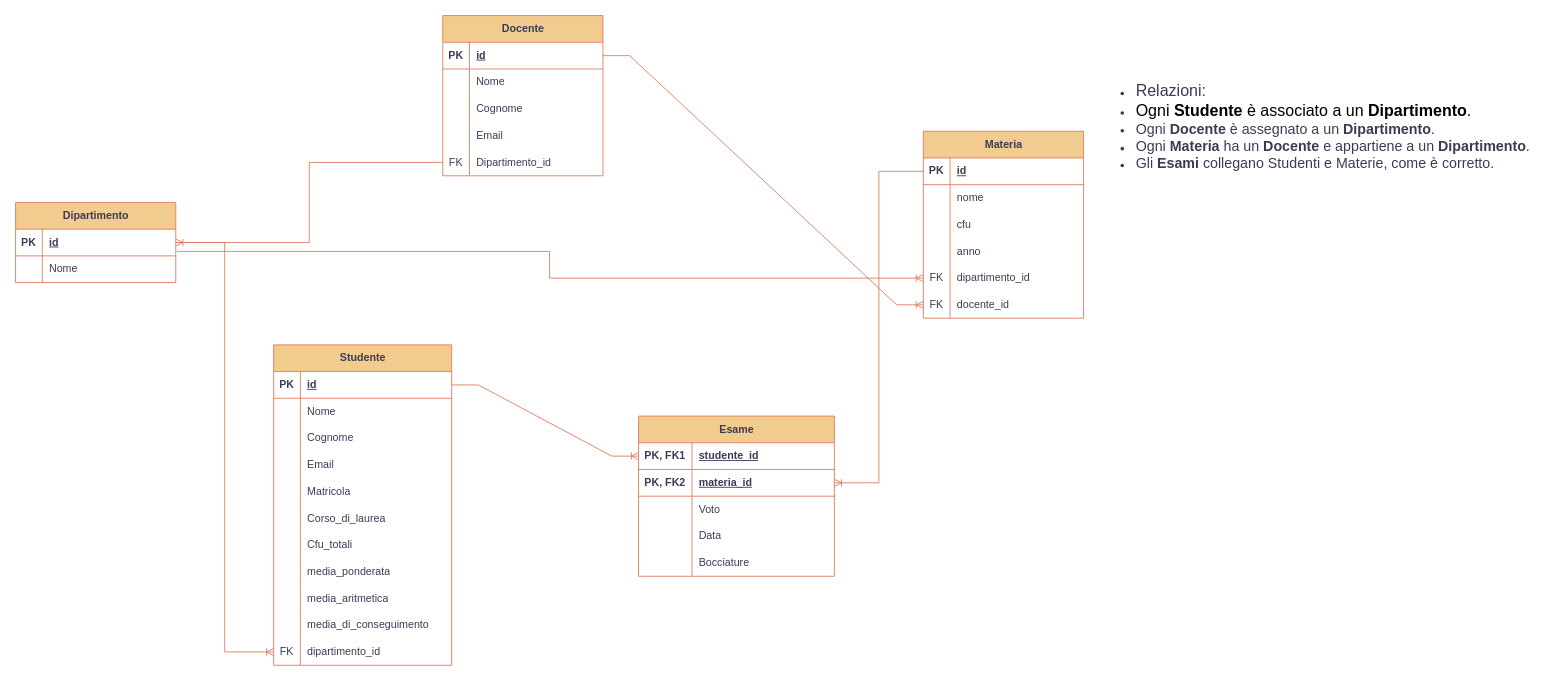
Earlier version of the draw.io diagram Universita/doc/Schema_Università.drawio (ZetaTeo/ProgettoR_Universita). Source tidied: cells renumbered, new cells numbered last; positions are measured from the earlier drawing's top-left corner, leaving out a move shared by most shapes. Both pictures are drawn from the tidied source at 89%, with x=0, y=0 at pixel (15, 15).
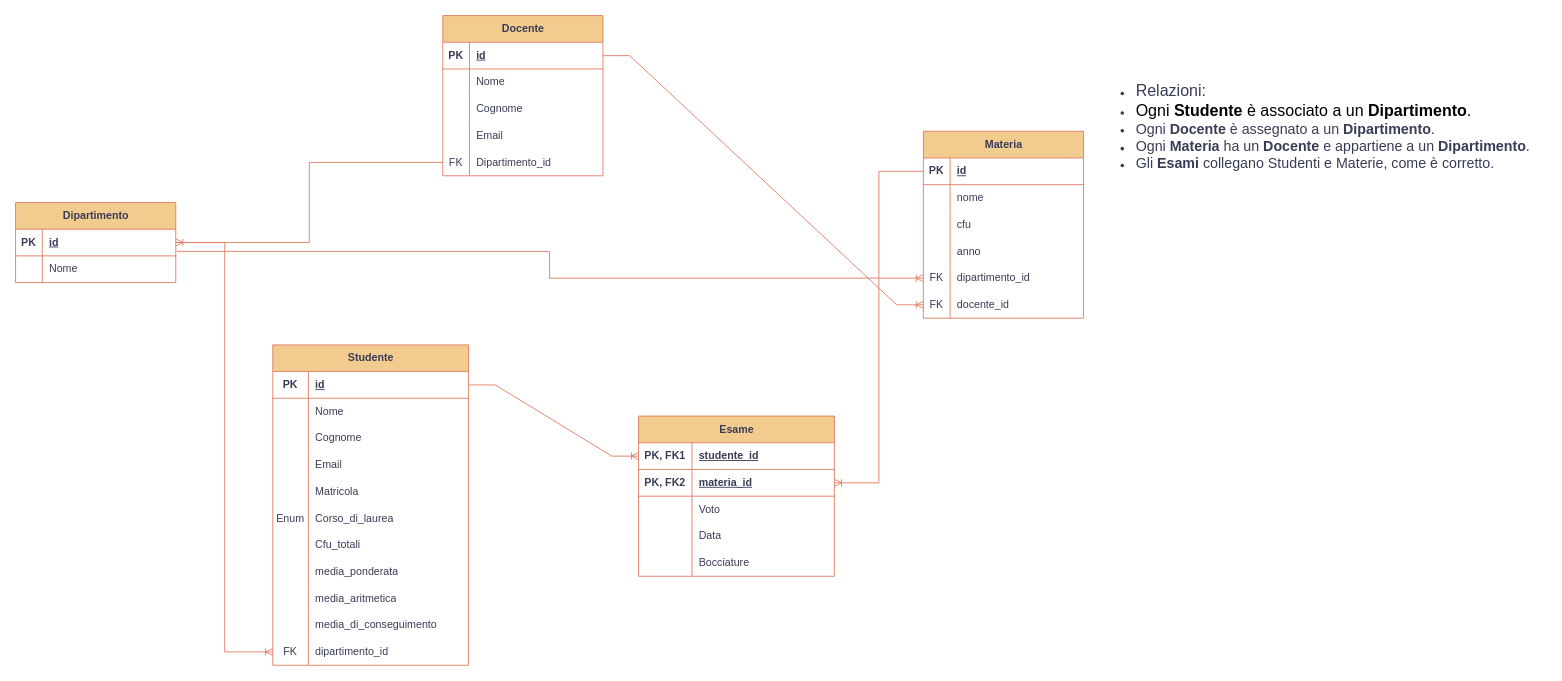
Above is the later version.

The edit, as a diff of the source:
```diff
@@
     <mxCell id="9" value="Studente" style="shape=table;startSize=30;childLayout=tableLayout;rowLines=0;fontStyle=1;align=center;html=1;labelBackgroundColor=none;fillColor=#F2CC8F;strokeColor=#E07A5F;fontColor=#393C56;" parent="1" vertex="1">
-      <mxGeometry x="290" y="370" width="200" height="360" as="geometry" />
+      <mxGeometry x="289" y="370" width="220" height="360" as="geometry" />
     </mxCell>
     <mxCell id="10" style="shape=tableRow;horizontal=0;startSize=0;swimlaneHead=0;swimlaneBody=0;fillColor=none;points=[[0,0.5],[1,0.5]];portConstraint=eastwest;top=0;left=0;right=0;bottom=1;labelBackgroundColor=none;strokeColor=#E07A5F;fontColor=#393C56;" parent="9" vertex="1">
-      <mxGeometry y="30" width="200" height="30" as="geometry" />
+      <mxGeometry y="30" width="220" height="30" as="geometry" />
     </mxCell>
     <mxCell id="11" value="PK" style="shape=partialRectangle;fillColor=none;top=0;left=0;bottom=0;right=0;fontStyle=1;overflow=hidden;whiteSpace=wrap;html=1;labelBackgroundColor=none;strokeColor=#E07A5F;fontColor=#393C56;" parent="10" vertex="1">
-      <mxGeometry width="30" height="30" as="geometry" />
+      <mxGeometry width="40" height="30" as="geometry" />
     </mxCell>
     <mxCell id="12" value="id&lt;span style=&quot;white-space: pre;&quot;&gt;&#9;&lt;/span&gt;" style="shape=partialRectangle;fillColor=none;top=0;left=0;bottom=0;right=0;align=left;spacingLeft=6;fontStyle=5;overflow=hidden;whiteSpace=wrap;html=1;labelBackgroundColor=none;strokeColor=#E07A5F;fontColor=#393C56;" parent="10" vertex="1">
-      <mxGeometry x="30" width="170" height="30" as="geometry" />
+      <mxGeometry x="40" width="180" height="30" as="geometry" />
     </mxCell>
     <mxCell id="13" style="shape=tableRow;horizontal=0;startSize=0;swimlaneHead=0;swimlaneBody=0;fillColor=none;top=0;left=0;right=0;bottom=0;labelBackgroundColor=none;strokeColor=#E07A5F;fontColor=#393C56;" parent="9" vertex="1">
-      <mxGeometry y="60" width="200" height="30" as="geometry" />
+      <mxGeometry y="60" width="220" height="30" as="geometry" />
     </mxCell>
     <mxCell id="14" style="shape=partialRectangle;fillColor=none;top=0;left=0;bottom=0;right=0;overflow=hidden;whiteSpace=wrap;html=1;labelBackgroundColor=none;strokeColor=#E07A5F;fontColor=#393C56;" parent="13" vertex="1">
-      <mxGeometry width="30" height="30" as="geometry" />
+      <mxGeometry width="40" height="30" as="geometry" />
     </mxCell>
     <mxCell id="15" value="Nome" style="shape=partialRectangle;fillColor=none;top=0;left=0;bottom=0;right=0;align=left;spacingLeft=6;overflow=hidden;whiteSpace=wrap;html=1;labelBackgroundColor=none;strokeColor=#E07A5F;fontColor=#393C56;" parent="13" vertex="1">
-      <mxGeometry x="30" width="170" height="30" as="geometry" />
+      <mxGeometry x="40" width="180" height="30" as="geometry" />
     </mxCell>
     <mxCell id="16" style="shape=tableRow;horizontal=0;startSize=0;swimlaneHead=0;swimlaneBody=0;fillColor=none;top=0;left=0;right=0;bottom=0;labelBackgroundColor=none;strokeColor=#E07A5F;fontColor=#393C56;" parent="9" vertex="1">
-      <mxGeometry y="90" width="200" height="30" as="geometry" />
+      <mxGeometry y="90" width="220" height="30" as="geometry" />
     </mxCell>
     <mxCell id="17" style="shape=partialRectangle;fillColor=none;top=0;left=0;bottom=0;right=0;overflow=hidden;whiteSpace=wrap;html=1;labelBackgroundColor=none;strokeColor=#E07A5F;fontColor=#393C56;" parent="16" vertex="1">
-      <mxGeometry width="30" height="30" as="geometry" />
+      <mxGeometry width="40" height="30" as="geometry" />
     </mxCell>
     <mxCell id="18" value="Cognome" style="shape=partialRectangle;fillColor=none;top=0;left=0;bottom=0;right=0;align=left;spacingLeft=6;overflow=hidden;whiteSpace=wrap;html=1;labelBackgroundColor=none;strokeColor=#E07A5F;fontColor=#393C56;" parent="16" vertex="1">
-      <mxGeometry x="30" width="170" height="30" as="geometry" />
+      <mxGeometry x="40" width="180" height="30" as="geometry" />
     </mxCell>
     <mxCell id="19" style="shape=tableRow;horizontal=0;startSize=0;swimlaneHead=0;swimlaneBody=0;fillColor=none;top=0;left=0;right=0;bottom=0;labelBackgroundColor=none;strokeColor=#E07A5F;fontColor=#393C56;" parent="9" vertex="1">
-      <mxGeometry y="120" width="200" height="30" as="geometry" />
+      <mxGeometry y="120" width="220" height="30" as="geometry" />
     </mxCell>
     <mxCell id="20" style="shape=partialRectangle;fillColor=none;top=0;left=0;bottom=0;right=0;overflow=hidden;whiteSpace=wrap;html=1;labelBackgroundColor=none;strokeColor=#E07A5F;fontColor=#393C56;" parent="19" vertex="1">
-      <mxGeometry width="30" height="30" as="geometry" />
+      <mxGeometry width="40" height="30" as="geometry" />
     </mxCell>
     <mxCell id="21" value="Email" style="shape=partialRectangle;fillColor=none;top=0;left=0;bottom=0;right=0;align=left;spacingLeft=6;overflow=hidden;whiteSpace=wrap;html=1;labelBackgroundColor=none;strokeColor=#E07A5F;fontColor=#393C56;" parent="19" vertex="1">
-      <mxGeometry x="30" width="170" height="30" as="geometry" />
+      <mxGeometry x="40" width="180" height="30" as="geometry" />
     </mxCell>
     <mxCell id="22" style="shape=tableRow;horizontal=0;startSize=0;swimlaneHead=0;swimlaneBody=0;fillColor=none;top=0;left=0;right=0;bottom=0;labelBackgroundColor=none;strokeColor=#E07A5F;fontColor=#393C56;" parent="9" vertex="1">
-      <mxGeometry y="150" width="200" height="30" as="geometry" />
+      <mxGeometry y="150" width="220" height="30" as="geometry" />
     </mxCell>
     <mxCell id="23" style="shape=partialRectangle;fillColor=none;top=0;left=0;bottom=0;right=0;overflow=hidden;whiteSpace=wrap;html=1;labelBackgroundColor=none;strokeColor=#E07A5F;fontColor=#393C56;" parent="22" vertex="1">
-      <mxGeometry width="30" height="30" as="geometry" />
+      <mxGeometry width="40" height="30" as="geometry" />
     </mxCell>
     <mxCell id="24" value="Matricola" style="shape=partialRectangle;fillColor=none;top=0;left=0;bottom=0;right=0;align=left;spacingLeft=6;overflow=hidden;whiteSpace=wrap;html=1;labelBackgroundColor=none;strokeColor=#E07A5F;fontColor=#393C56;" parent="22" vertex="1">
-      <mxGeometry x="30" width="170" height="30" as="geometry" />
+      <mxGeometry x="40" width="180" height="30" as="geometry" />
     </mxCell>
     <mxCell id="25" style="shape=tableRow;horizontal=0;startSize=0;swimlaneHead=0;swimlaneBody=0;fillColor=none;top=0;left=0;right=0;bottom=0;labelBackgroundColor=none;strokeColor=#E07A5F;fontColor=#393C56;" parent="9" vertex="1">
-      <mxGeometry y="180" width="200" height="30" as="geometry" />
+      <mxGeometry y="180" width="220" height="30" as="geometry" />
     </mxCell>
-    <mxCell id="26" style="shape=partialRectangle;fillColor=none;top=0;left=0;bottom=0;right=0;overflow=hidden;whiteSpace=wrap;html=1;labelBackgroundColor=none;strokeColor=#E07A5F;fontColor=#393C56;" parent="25" vertex="1">
-      <mxGeometry width="30" height="30" as="geometry" />
+    <mxCell id="26" value="Enum" style="shape=partialRectangle;fillColor=none;top=0;left=0;bottom=0;right=0;overflow=hidden;whiteSpace=wrap;html=1;labelBackgroundColor=none;strokeColor=#E07A5F;fontColor=#393C56;" parent="25" vertex="1">
+      <mxGeometry width="40" height="30" as="geometry" />
     </mxCell>
     <mxCell id="27" value="Corso_di_laurea" style="shape=partialRectangle;fillColor=none;top=0;left=0;bottom=0;right=0;align=left;spacingLeft=6;overflow=hidden;whiteSpace=wrap;html=1;labelBackgroundColor=none;strokeColor=#E07A5F;fontColor=#393C56;" parent="25" vertex="1">
-      <mxGeometry x="30" width="170" height="30" as="geometry" />
+      <mxGeometry x="40" width="180" height="30" as="geometry" />
     </mxCell>
     <mxCell id="28" style="shape=tableRow;horizontal=0;startSize=0;swimlaneHead=0;swimlaneBody=0;fillColor=none;top=0;left=0;right=0;bottom=0;labelBackgroundColor=none;strokeColor=#E07A5F;fontColor=#393C56;" parent="9" vertex="1">
-      <mxGeometry y="210" width="200" height="30" as="geometry" />
+      <mxGeometry y="210" width="220" height="30" as="geometry" />
     </mxCell>
     <mxCell id="29" style="shape=partialRectangle;fillColor=none;top=0;left=0;bottom=0;right=0;overflow=hidden;whiteSpace=wrap;html=1;labelBackgroundColor=none;strokeColor=#E07A5F;fontColor=#393C56;" parent="28" vertex="1">
-      <mxGeometry width="30" height="30" as="geometry" />
+      <mxGeometry width="40" height="30" as="geometry" />
     </mxCell>
     <mxCell id="30" value="Cfu_totali" style="shape=partialRectangle;fillColor=none;top=0;left=0;bottom=0;right=0;align=left;spacingLeft=6;overflow=hidden;whiteSpace=wrap;html=1;labelBackgroundColor=none;strokeColor=#E07A5F;fontColor=#393C56;" parent="28" vertex="1">
-      <mxGeometry x="30" width="170" height="30" as="geometry" />
+      <mxGeometry x="40" width="180" height="30" as="geometry" />
     </mxCell>
     <mxCell id="31" style="shape=tableRow;horizontal=0;startSize=0;swimlaneHead=0;swimlaneBody=0;fillColor=none;top=0;left=0;right=0;bottom=0;labelBackgroundColor=none;strokeColor=#E07A5F;fontColor=#393C56;" parent="9" vertex="1">
-      <mxGeometry y="240" width="200" height="30" as="geometry" />
+      <mxGeometry y="240" width="220" height="30" as="geometry" />
     </mxCell>
     <mxCell id="32" style="shape=partialRectangle;fillColor=none;top=0;left=0;bottom=0;right=0;overflow=hidden;whiteSpace=wrap;html=1;labelBackgroundColor=none;strokeColor=#E07A5F;fontColor=#393C56;" parent="31" vertex="1">
-      <mxGeometry width="30" height="30" as="geometry" />
+      <mxGeometry width="40" height="30" as="geometry" />
     </mxCell>
     <mxCell id="33" value="media_ponderata" style="shape=partialRectangle;fillColor=none;top=0;left=0;bottom=0;right=0;align=left;spacingLeft=6;overflow=hidden;whiteSpace=wrap;html=1;labelBackgroundColor=none;strokeColor=#E07A5F;fontColor=#393C56;" parent="31" vertex="1">
-      <mxGeometry x="30" width="170" height="30" as="geometry" />
+      <mxGeometry x="40" width="180" height="30" as="geometry" />
     </mxCell>
     <mxCell id="34" style="shape=tableRow;horizontal=0;startSize=0;swimlaneHead=0;swimlaneBody=0;fillColor=none;top=0;left=0;right=0;bottom=0;labelBackgroundColor=none;strokeColor=#E07A5F;fontColor=#393C56;" parent="9" vertex="1">
-      <mxGeometry y="270" width="200" height="30" as="geometry" />
+      <mxGeometry y="270" width="220" height="30" as="geometry" />
     </mxCell>
     <mxCell id="35" style="shape=partialRectangle;fillColor=none;top=0;left=0;bottom=0;right=0;overflow=hidden;whiteSpace=wrap;html=1;labelBackgroundColor=none;strokeColor=#E07A5F;fontColor=#393C56;" parent="34" vertex="1">
-      <mxGeometry width="30" height="30" as="geometry" />
+      <mxGeometry width="40" height="30" as="geometry" />
     </mxCell>
     <mxCell id="36" value="media_aritmetica" style="shape=partialRectangle;fillColor=none;top=0;left=0;bottom=0;right=0;align=left;spacingLeft=6;overflow=hidden;whiteSpace=wrap;html=1;labelBackgroundColor=none;strokeColor=#E07A5F;fontColor=#393C56;" parent="34" vertex="1">
-      <mxGeometry x="30" width="170" height="30" as="geometry" />
+      <mxGeometry x="40" width="180" height="30" as="geometry" />
     </mxCell>
     <mxCell id="37" style="shape=tableRow;horizontal=0;startSize=0;swimlaneHead=0;swimlaneBody=0;fillColor=none;top=0;left=0;right=0;bottom=0;labelBackgroundColor=none;strokeColor=#E07A5F;fontColor=#393C56;" parent="9" vertex="1">
-      <mxGeometry y="300" width="200" height="30" as="geometry" />
+      <mxGeometry y="300" width="220" height="30" as="geometry" />
     </mxCell>
     <mxCell id="38" style="shape=partialRectangle;fillColor=none;top=0;left=0;bottom=0;right=0;overflow=hidden;whiteSpace=wrap;html=1;labelBackgroundColor=none;strokeColor=#E07A5F;fontColor=#393C56;" parent="37" vertex="1">
-      <mxGeometry width="30" height="30" as="geometry" />
+      <mxGeometry width="40" height="30" as="geometry" />
     </mxCell>
     <mxCell id="39" value="media_di_conseguimento" style="shape=partialRectangle;fillColor=none;top=0;left=0;bottom=0;right=0;align=left;spacingLeft=6;overflow=hidden;whiteSpace=wrap;html=1;labelBackgroundColor=none;strokeColor=#E07A5F;fontColor=#393C56;" parent="37" vertex="1">
-      <mxGeometry x="30" width="170" height="30" as="geometry" />
+      <mxGeometry x="40" width="180" height="30" as="geometry" />
     </mxCell>
     <mxCell id="40" style="shape=tableRow;horizontal=0;startSize=0;swimlaneHead=0;swimlaneBody=0;fillColor=none;points=[[0,0.5],[1,0.5]];portConstraint=eastwest;top=0;left=0;right=0;bottom=0;labelBackgroundColor=none;strokeColor=#E07A5F;fontColor=#393C56;" parent="9" vertex="1">
-      <mxGeometry y="330" width="200" height="30" as="geometry" />
+      <mxGeometry y="330" width="220" height="30" as="geometry" />
     </mxCell>
     <mxCell id="41" value="FK" style="shape=partialRectangle;fillColor=none;top=0;left=0;bottom=0;right=0;overflow=hidden;whiteSpace=wrap;html=1;labelBackgroundColor=none;strokeColor=#E07A5F;fontColor=#393C56;" parent="40" vertex="1">
-      <mxGeometry width="30" height="30" as="geometry" />
+      <mxGeometry width="40" height="30" as="geometry" />
     </mxCell>
     <mxCell id="42" value="dipartimento_id" style="shape=partialRectangle;fillColor=none;top=0;left=0;bottom=0;right=0;align=left;spacingLeft=6;overflow=hidden;whiteSpace=wrap;html=1;labelBackgroundColor=none;strokeColor=#E07A5F;fontColor=#393C56;" parent="40" vertex="1">
-      <mxGeometry x="30" width="170" height="30" as="geometry" />
+      <mxGeometry x="40" width="180" height="30" as="geometry" />
     </mxCell>
```
